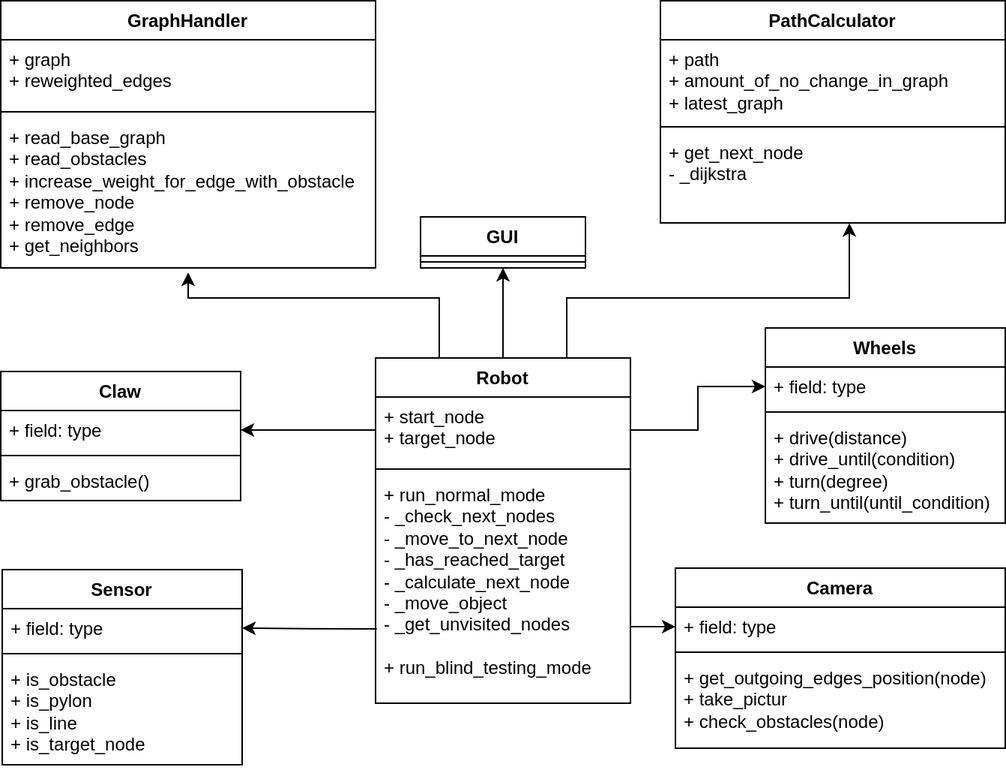
ameyer3/hslu-pren-1 keeps this draw.io diagram as assets/informatik-prototyp/simulator/simulator-erd.png. Above is the earlier version. Source tidied: cells renumbered, new cells last; positions are measured from the earlier drawing's top-left corner, leaving out a move shared by most shapes.
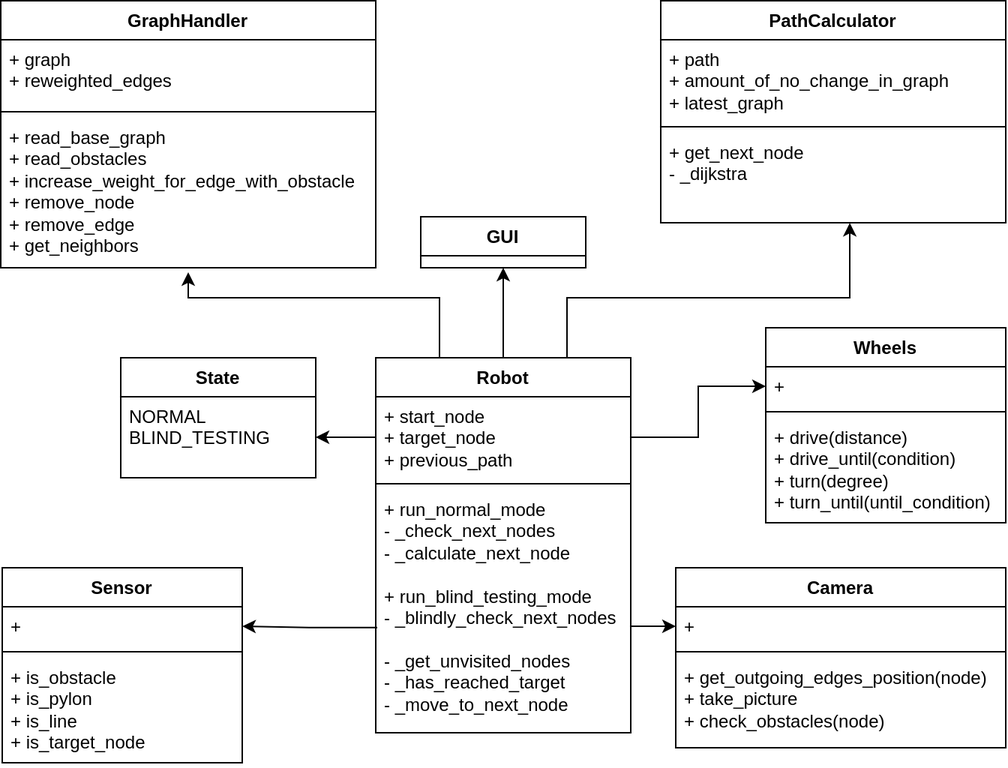
Later version of the same file.

Diff of the diagram source:
```diff
@@ -23,33 +23,33 @@
       <mxGeometry relative="1" as="geometry" />
     </mxCell>
     <mxCell id="5" value="Robot" style="swimlane;fontStyle=1;align=center;verticalAlign=top;horizontal=1;startSize=26;whiteSpace=wrap;html=1;" parent="1" vertex="1">
-      <mxGeometry x="250" y="238" width="170" height="230" as="geometry" />
+      <mxGeometry x="250" y="238" width="170" height="250" as="geometry" />
     </mxCell>
-    <mxCell id="6" value="+ start_node&lt;div&gt;+ target_node&lt;/div&gt;&lt;div&gt;&lt;br&gt;&lt;/div&gt;" style="text;strokeColor=none;fillColor=none;align=left;verticalAlign=top;spacingLeft=4;spacingRight=4;overflow=hidden;points=[[0,0.5],[1,0.5]];portConstraint=eastwest;whiteSpace=wrap;html=1;" parent="5" vertex="1">
-      <mxGeometry y="26" width="170" height="44" as="geometry" />
+    <mxCell id="6" value="+ start_node&lt;div&gt;+ target_node&lt;/div&gt;&lt;div&gt;+ previous_path&lt;/div&gt;&lt;div&gt;&lt;br&gt;&lt;/div&gt;" style="text;strokeColor=none;fillColor=none;align=left;verticalAlign=top;spacingLeft=4;spacingRight=4;overflow=hidden;points=[[0,0.5],[1,0.5]];portConstraint=eastwest;whiteSpace=wrap;html=1;" parent="5" vertex="1">
+      <mxGeometry y="26" width="170" height="54" as="geometry" />
     </mxCell>
     <mxCell id="7" style="line;strokeWidth=1;fillColor=none;align=left;verticalAlign=middle;spacingTop=-1;spacingLeft=3;spacingRight=3;labelPosition=right;strokeColor=inherit;" parent="5" vertex="1">
-      <mxGeometry y="70" width="170" height="8" as="geometry" />
+      <mxGeometry y="80" width="170" height="8" as="geometry" />
     </mxCell>
-    <mxCell id="8" value="+ run_normal_mode&lt;div&gt;&lt;div&gt;- _check_next_nodes&lt;/div&gt;&lt;div&gt;- _&lt;span style=&quot;background-color: initial;&quot;&gt;move_to_next_node&lt;/span&gt;&lt;/div&gt;&lt;div&gt;&lt;span style=&quot;background-color: initial;&quot;&gt;- _has_reached_target&lt;/span&gt;&lt;/div&gt;&lt;div&gt;&lt;span style=&quot;background-color: initial;&quot;&gt;-&lt;/span&gt;&lt;span style=&quot;background-color: initial;&quot;&gt;&amp;nbsp;&lt;/span&gt;&lt;span style=&quot;background-color: initial;&quot;&gt;_calculate_next_node&lt;/span&gt;&lt;/div&gt;&lt;div&gt;&lt;span style=&quot;background-color: initial;&quot;&gt;- _move_object&lt;/span&gt;&lt;br&gt;&lt;/div&gt;&lt;div&gt;&lt;span style=&quot;background-color: initial;&quot;&gt;- _get_unvisited_nodes&lt;/span&gt;&lt;/div&gt;&lt;div&gt;&lt;span style=&quot;background-color: initial;&quot;&gt;&lt;br&gt;&lt;/span&gt;&lt;/div&gt;&lt;div&gt;+ run_blind_testing_mode&lt;br&gt;&lt;div&gt;&lt;br&gt;&lt;/div&gt;&lt;/div&gt;&lt;/div&gt;" style="text;strokeColor=none;fillColor=none;align=left;verticalAlign=top;spacingLeft=4;spacingRight=4;overflow=hidden;points=[[0,0.5],[1,0.5]];portConstraint=eastwest;whiteSpace=wrap;html=1;" parent="5" vertex="1">
-      <mxGeometry y="78" width="170" height="152" as="geometry" />
+    <mxCell id="8" value="+ run_normal_mode&lt;div&gt;&lt;div&gt;- _check_next_nodes&lt;/div&gt;&lt;div&gt;&lt;span style=&quot;background-color: initial;&quot;&gt;-&lt;/span&gt;&lt;span style=&quot;background-color: initial;&quot;&gt;&amp;nbsp;&lt;/span&gt;&lt;span style=&quot;background-color: initial;&quot;&gt;_calculate_next_node&lt;/span&gt;&lt;/div&gt;&lt;div&gt;&lt;span style=&quot;background-color: initial;&quot;&gt;&lt;br&gt;&lt;/span&gt;&lt;/div&gt;&lt;div&gt;+ run_blind_testing_mode&lt;/div&gt;&lt;div&gt;- _blindly_check_next_nodes&lt;br&gt;&lt;div&gt;&lt;br&gt;&lt;/div&gt;&lt;/div&gt;&lt;/div&gt;&lt;div&gt;- _get_unvisited_nodes&lt;br&gt;&lt;/div&gt;&lt;div&gt;- _has_reached_target&lt;br&gt;&lt;/div&gt;&lt;div&gt;- _&lt;span style=&quot;background-color: initial;&quot;&gt;move_to_next_node&lt;/span&gt;&lt;br&gt;&lt;/div&gt;" style="text;strokeColor=none;fillColor=none;align=left;verticalAlign=top;spacingLeft=4;spacingRight=4;overflow=hidden;points=[[0,0.5],[1,0.5]];portConstraint=eastwest;whiteSpace=wrap;html=1;" parent="5" vertex="1">
+      <mxGeometry y="88" width="170" height="162" as="geometry" />
     </mxCell>
     <mxCell id="9" value="Camera" style="swimlane;fontStyle=1;align=center;verticalAlign=top;horizontal=1;startSize=26;whiteSpace=wrap;html=1;" parent="1" vertex="1">
       <mxGeometry x="450" y="378" width="220" height="120" as="geometry" />
     </mxCell>
-    <mxCell id="10" value="+ field: type" style="text;strokeColor=none;fillColor=none;align=left;verticalAlign=top;spacingLeft=4;spacingRight=4;overflow=hidden;points=[[0,0.5],[1,0.5]];portConstraint=eastwest;whiteSpace=wrap;html=1;" parent="9" vertex="1">
+    <mxCell id="10" value="+&amp;nbsp;" style="text;strokeColor=none;fillColor=none;align=left;verticalAlign=top;spacingLeft=4;spacingRight=4;overflow=hidden;points=[[0,0.5],[1,0.5]];portConstraint=eastwest;whiteSpace=wrap;html=1;" parent="9" vertex="1">
       <mxGeometry y="26" width="220" height="26" as="geometry" />
     </mxCell>
     <mxCell id="11" style="line;strokeWidth=1;fillColor=none;align=left;verticalAlign=middle;spacingTop=-1;spacingLeft=3;spacingRight=3;labelPosition=right;strokeColor=inherit;" parent="9" vertex="1">
       <mxGeometry y="52" width="220" height="8" as="geometry" />
     </mxCell>
-    <mxCell id="12" value="+ get_outgoing_edges_position(node)&lt;div&gt;+ take_pictur&lt;br&gt;+ check_obstacles(node)&lt;/div&gt;" style="text;strokeColor=none;fillColor=none;align=left;verticalAlign=top;spacingLeft=4;spacingRight=4;overflow=hidden;whiteSpace=wrap;html=1;" parent="9" vertex="1">
+    <mxCell id="12" value="+ get_outgoing_edges_position(node)&lt;div&gt;+ take_picture&lt;br&gt;+ check_obstacles(node)&lt;/div&gt;" style="text;strokeColor=none;fillColor=none;align=left;verticalAlign=top;spacingLeft=4;spacingRight=4;overflow=hidden;whiteSpace=wrap;html=1;" parent="9" vertex="1">
       <mxGeometry y="60" width="220" height="60" as="geometry" />
     </mxCell>
     <mxCell id="13" value="Sensor" style="swimlane;fontStyle=1;align=center;verticalAlign=top;horizontal=1;startSize=26;whiteSpace=wrap;html=1;" parent="1" vertex="1">
-      <mxGeometry x="1" y="379" width="160" height="130" as="geometry" />
+      <mxGeometry x="1" y="378" width="160" height="130" as="geometry" />
     </mxCell>
-    <mxCell id="14" value="+ field: type" style="text;strokeColor=none;fillColor=none;align=left;verticalAlign=top;spacingLeft=4;spacingRight=4;overflow=hidden;points=[[0,0.5],[1,0.5]];portConstraint=eastwest;whiteSpace=wrap;html=1;" parent="13" vertex="1">
+    <mxCell id="14" value="+" style="text;strokeColor=none;fillColor=none;align=left;verticalAlign=top;spacingLeft=4;spacingRight=4;overflow=hidden;points=[[0,0.5],[1,0.5]];portConstraint=eastwest;whiteSpace=wrap;html=1;" parent="13" vertex="1">
       <mxGeometry y="26" width="160" height="26" as="geometry" />
     </mxCell>
     <mxCell id="15" style="line;strokeWidth=1;fillColor=none;align=left;verticalAlign=middle;spacingTop=-1;spacingLeft=3;spacingRight=3;labelPosition=right;strokeColor=inherit;" parent="13" vertex="1">
@@ -61,7 +61,7 @@
     <mxCell id="17" value="Wheels" style="swimlane;fontStyle=1;align=center;verticalAlign=top;horizontal=1;startSize=26;whiteSpace=wrap;html=1;" parent="1" vertex="1">
       <mxGeometry x="510" y="218" width="160" height="130" as="geometry" />
     </mxCell>
-    <mxCell id="18" value="+ field: type" style="text;strokeColor=none;fillColor=none;align=left;verticalAlign=top;spacingLeft=4;spacingRight=4;overflow=hidden;points=[[0,0.5],[1,0.5]];portConstraint=eastwest;whiteSpace=wrap;html=1;" parent="17" vertex="1">
+    <mxCell id="18" value="+" style="text;strokeColor=none;fillColor=none;align=left;verticalAlign=top;spacingLeft=4;spacingRight=4;overflow=hidden;points=[[0,0.5],[1,0.5]];portConstraint=eastwest;whiteSpace=wrap;html=1;" parent="17" vertex="1">
       <mxGeometry y="26" width="160" height="26" as="geometry" />
     </mxCell>
     <mxCell id="19" style="line;strokeWidth=1;fillColor=none;align=left;verticalAlign=middle;spacingTop=-1;spacingLeft=3;spacingRight=3;labelPosition=right;strokeColor=inherit;" parent="17" vertex="1">
@@ -85,16 +85,10 @@
     <mxCell id="25" style="edgeStyle=orthogonalEdgeStyle;rounded=0;jettySize=auto;html=1;exitX=1;exitY=0.5;exitDx=0;exitDy=0;" parent="1" edge="1" source="6" target="18">
       <mxGeometry relative="1" as="geometry" />
     </mxCell>
-    <mxCell id="26" style="edgeStyle=orthogonalEdgeStyle;rounded=0;jettySize=auto;html=1;exitX=0;exitY=0.5;exitDx=0;exitDy=0;entryX=1;entryY=0.5;entryDx=0;entryDy=0;" parent="1" edge="1" source="6" target="32">
-      <mxGeometry relative="1" as="geometry" />
-    </mxCell>
     <mxCell id="27" value="GUI" style="swimlane;fontStyle=1;align=center;verticalAlign=top;horizontal=1;startSize=26;whiteSpace=wrap;html=1;" parent="1" vertex="1">
       <mxGeometry x="280" y="144" width="110" height="34" as="geometry" />
     </mxCell>
-    <mxCell id="28" style="line;strokeWidth=1;fillColor=none;align=left;verticalAlign=middle;spacingTop=-1;spacingLeft=3;spacingRight=3;labelPosition=right;strokeColor=inherit;" parent="27" vertex="1">
-      <mxGeometry y="26" width="110" height="8" as="geometry" />
-    </mxCell>
-    <mxCell id="29" style="edgeStyle=orthogonalEdgeStyle;rounded=0;jettySize=auto;html=1;exitX=0.005;exitY=0.674;exitDx=0;exitDy=0;exitPerimeter=0;" parent="1" edge="1" source="8" target="14">
+    <mxCell id="29" style="edgeStyle=orthogonalEdgeStyle;rounded=0;jettySize=auto;html=1;exitX=0.006;exitY=0.567;exitDx=0;exitDy=0;exitPerimeter=0;" parent="1" edge="1" source="8" target="14">
       <mxGeometry relative="1" as="geometry" />
     </mxCell>
     <mxCell id="30" style="edgeStyle=orthogonalEdgeStyle;rounded=0;jettySize=auto;html=1;exitX=1;exitY=0.5;exitDx=0;exitDy=0;entryX=0;entryY=0.5;entryDx=0;entryDy=0;" parent="1" edge="1" source="8" target="10">
@@ -104,18 +98,6 @@
         </Array>
       </mxGeometry>
     </mxCell>
-    <mxCell id="31" value="Claw" style="swimlane;fontStyle=1;align=center;verticalAlign=top;horizontal=1;startSize=26;whiteSpace=wrap;html=1;" parent="1" vertex="1">
-      <mxGeometry y="247" width="160" height="86" as="geometry" />
-    </mxCell>
-    <mxCell id="32" value="+ field: type" style="text;strokeColor=none;fillColor=none;align=left;verticalAlign=top;spacingLeft=4;spacingRight=4;overflow=hidden;points=[[0,0.5],[1,0.5]];portConstraint=eastwest;whiteSpace=wrap;html=1;" parent="31" vertex="1">
-      <mxGeometry y="26" width="160" height="26" as="geometry" />
-    </mxCell>
-    <mxCell id="33" style="line;strokeWidth=1;fillColor=none;align=left;verticalAlign=middle;spacingTop=-1;spacingLeft=3;spacingRight=3;labelPosition=right;strokeColor=inherit;" parent="31" vertex="1">
-      <mxGeometry y="52" width="160" height="8" as="geometry" />
-    </mxCell>
-    <mxCell id="34" value="+ grab_obstacle()" style="text;strokeColor=none;fillColor=none;align=left;verticalAlign=top;spacingLeft=4;spacingRight=4;overflow=hidden;whiteSpace=wrap;html=1;" parent="31" vertex="1">
-      <mxGeometry y="60" width="160" height="26" as="geometry" />
-    </mxCell>
     <mxCell id="35" value="PathCalculator" style="swimlane;fontStyle=1;align=center;verticalAlign=top;horizontal=1;startSize=26;whiteSpace=wrap;html=1;" parent="1" vertex="1">
       <mxGeometry x="440" width="230" height="148" as="geometry" />
     </mxCell>
@@ -128,5 +110,14 @@
     <mxCell id="38" value="+ get_next_node&lt;div&gt;- _dijkstra&amp;nbsp;&lt;/div&gt;" style="text;strokeColor=none;fillColor=none;align=left;verticalAlign=top;spacingLeft=4;spacingRight=4;overflow=hidden;points=[[0,0.5],[1,0.5]];portConstraint=eastwest;whiteSpace=wrap;html=1;" parent="35" vertex="1">
       <mxGeometry y="88" width="230" height="60" as="geometry" />
     </mxCell>
+    <mxCell id="39" value="State" style="swimlane;fontStyle=1;align=center;verticalAlign=top;horizontal=1;startSize=26;whiteSpace=wrap;html=1;" parent="1" vertex="1">
+      <mxGeometry x="80" y="238" width="130" height="80" as="geometry" />
+    </mxCell>
+    <mxCell id="40" value="NORMAL&lt;br&gt;&lt;div&gt;BLIND_TESTING&lt;/div&gt;" style="text;strokeColor=none;fillColor=none;align=left;verticalAlign=top;spacingLeft=4;spacingRight=4;overflow=hidden;points=[[0,0.5],[1,0.5]];portConstraint=eastwest;whiteSpace=wrap;html=1;" parent="39" vertex="1">
+      <mxGeometry y="26" width="130" height="54" as="geometry" />
+    </mxCell>
+    <mxCell id="41" style="edgeStyle=orthogonalEdgeStyle;rounded=0;jettySize=auto;html=1;" parent="1" edge="1" source="6" target="40">
+      <mxGeometry relative="1" as="geometry" />
+    </mxCell>
   </root>
 </mxGraphModel>
```
